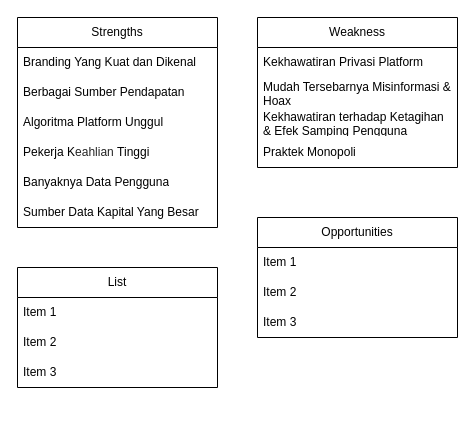
Above: SWOT-META.drawio in xoghub/diagrams (draw.io), before the change. Source tidied: cells renumbered, new cells numbered last; positions are measured from the earlier drawing's top-left corner, leaving out a move shared by most shapes. Both pictures are drawn from the tidied source at 100%, with x=0, y=0 at pixel (17, 17).
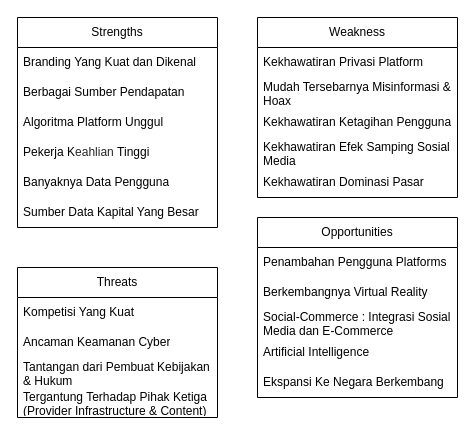
The same diagram, later.

Diff of the diagram source:
```diff
@@
     <mxCell id="9" value="Weakness" style="swimlane;fontStyle=0;horizontal=1;startSize=30;whiteSpace=wrap;html=1;" parent="1" vertex="1">
-      <mxGeometry x="240" width="200" height="150" as="geometry" />
+      <mxGeometry x="240" width="200" height="180" as="geometry" />
     </mxCell>
@@
-    <mxCell id="12" value="Kekhawatiran terhadap Ketagihan &amp;amp; Efek Samping Pengguna" style="text;strokeColor=none;fillColor=none;align=left;verticalAlign=middle;spacingLeft=4;spacingRight=4;overflow=hidden;whiteSpace=wrap;html=1;" parent="9" vertex="1">
+    <mxCell id="12" value="Kekhawatiran Ketagihan Pengguna" style="text;strokeColor=none;fillColor=none;align=left;verticalAlign=middle;spacingLeft=4;spacingRight=4;overflow=hidden;whiteSpace=wrap;html=1;" parent="9" vertex="1">
       <mxGeometry y="90" width="200" height="30" as="geometry" />
     </mxCell>
-    <mxCell id="13" value="Praktek Monopoli" style="text;strokeColor=none;fillColor=none;align=left;verticalAlign=middle;spacingLeft=4;spacingRight=4;overflow=hidden;whiteSpace=wrap;html=1;" parent="9" vertex="1">
-      <mxGeometry y="120" width="200" height="30" as="geometry" />
-    </mxCell>
+    <mxCell id="22" value="Kekhawatiran Efek Samping Sosial Media" style="text;strokeColor=none;fillColor=none;align=left;verticalAlign=middle;spacingLeft=4;spacingRight=4;overflow=hidden;whiteSpace=wrap;html=1;" parent="9" vertex="1">
+      <mxGeometry y="120" width="200" height="30" as="geometry" />
+    </mxCell>
+    <mxCell id="23" value="Kekhawatiran Dominasi Pasar" style="text;strokeColor=none;fillColor=none;align=left;verticalAlign=middle;spacingLeft=4;spacingRight=4;overflow=hidden;whiteSpace=wrap;html=1;" parent="9" vertex="1">
+      <mxGeometry y="150" width="200" height="30" as="geometry" />
+    </mxCell>
-    <mxCell id="14" value="List" style="swimlane;fontStyle=0;horizontal=1;startSize=30;whiteSpace=wrap;html=1;" parent="1" vertex="1">
-      <mxGeometry y="250" width="200" height="120" as="geometry" />
+    <mxCell id="14" value="Threats" style="swimlane;fontStyle=0;horizontal=1;startSize=30;whiteSpace=wrap;html=1;" parent="1" vertex="1">
+      <mxGeometry y="250" width="200" height="150" as="geometry" />
     </mxCell>
-    <mxCell id="15" value="Item 1" style="text;strokeColor=none;fillColor=none;align=left;verticalAlign=middle;spacingLeft=4;spacingRight=4;overflow=hidden;whiteSpace=wrap;html=1;" parent="14" vertex="1">
+    <mxCell id="15" value="Kompetisi Yang Kuat" style="text;strokeColor=none;fillColor=none;align=left;verticalAlign=middle;spacingLeft=4;spacingRight=4;overflow=hidden;whiteSpace=wrap;html=1;" parent="14" vertex="1">
       <mxGeometry y="30" width="200" height="30" as="geometry" />
     </mxCell>
-    <mxCell id="16" value="Item 2" style="text;strokeColor=none;fillColor=none;align=left;verticalAlign=middle;spacingLeft=4;spacingRight=4;overflow=hidden;whiteSpace=wrap;html=1;" parent="14" vertex="1">
+    <mxCell id="16" value="Ancaman Keamanan Cyber" style="text;strokeColor=none;fillColor=none;align=left;verticalAlign=middle;spacingLeft=4;spacingRight=4;overflow=hidden;whiteSpace=wrap;html=1;" parent="14" vertex="1">
       <mxGeometry y="60" width="200" height="30" as="geometry" />
     </mxCell>
-    <mxCell id="17" value="Item 3" style="text;strokeColor=none;fillColor=none;align=left;verticalAlign=middle;spacingLeft=4;spacingRight=4;overflow=hidden;whiteSpace=wrap;html=1;" parent="14" vertex="1">
+    <mxCell id="17" value="Tantangan dari Pembuat Kebijakan &amp;amp; Hukum" style="text;strokeColor=none;fillColor=none;align=left;verticalAlign=middle;spacingLeft=4;spacingRight=4;overflow=hidden;whiteSpace=wrap;html=1;" parent="14" vertex="1">
       <mxGeometry y="90" width="200" height="30" as="geometry" />
     </mxCell>
+    <mxCell id="24" value="Tergantung Terhadap Pihak Ketiga (Provider Infrastructure &amp;amp; Content)" style="text;strokeColor=none;fillColor=none;align=left;verticalAlign=middle;spacingLeft=4;spacingRight=4;overflow=hidden;whiteSpace=wrap;html=1;" parent="14" vertex="1">
+      <mxGeometry y="120" width="200" height="30" as="geometry" />
+    </mxCell>
     <mxCell id="18" value="Opportunities" style="swimlane;fontStyle=0;horizontal=1;startSize=30;whiteSpace=wrap;html=1;" parent="1" vertex="1">
-      <mxGeometry x="240" y="200" width="200" height="120" as="geometry" />
+      <mxGeometry x="240" y="200" width="200" height="180" as="geometry" />
     </mxCell>
-    <mxCell id="19" value="Item 1" style="text;strokeColor=none;fillColor=none;align=left;verticalAlign=middle;spacingLeft=4;spacingRight=4;overflow=hidden;whiteSpace=wrap;html=1;" parent="18" vertex="1">
+    <mxCell id="19" value="Penambahan Pengguna Platforms" style="text;strokeColor=none;fillColor=none;align=left;verticalAlign=middle;spacingLeft=4;spacingRight=4;overflow=hidden;whiteSpace=wrap;html=1;" parent="18" vertex="1">
       <mxGeometry y="30" width="200" height="30" as="geometry" />
     </mxCell>
-    <mxCell id="20" value="Item 2" style="text;strokeColor=none;fillColor=none;align=left;verticalAlign=middle;spacingLeft=4;spacingRight=4;overflow=hidden;whiteSpace=wrap;html=1;" parent="18" vertex="1">
+    <mxCell id="20" value="Berkembangnya Virtual Reality" style="text;strokeColor=none;fillColor=none;align=left;verticalAlign=middle;spacingLeft=4;spacingRight=4;overflow=hidden;whiteSpace=wrap;html=1;" parent="18" vertex="1">
       <mxGeometry y="60" width="200" height="30" as="geometry" />
     </mxCell>
-    <mxCell id="21" value="Item 3" style="text;strokeColor=none;fillColor=none;align=left;verticalAlign=middle;spacingLeft=4;spacingRight=4;overflow=hidden;whiteSpace=wrap;html=1;" parent="18" vertex="1">
+    <mxCell id="21" value="Social-Commerce : Integrasi Sosial Media dan E-Commerce" style="text;strokeColor=none;fillColor=none;align=left;verticalAlign=middle;spacingLeft=4;spacingRight=4;overflow=hidden;whiteSpace=wrap;html=1;" parent="18" vertex="1">
       <mxGeometry y="90" width="200" height="30" as="geometry" />
     </mxCell>
+    <mxCell id="25" value="&lt;div&gt;&lt;span style=&quot;background-color: initial;&quot;&gt;Artificial Intelligence&lt;/span&gt;&lt;br&gt;&lt;/div&gt;" style="text;strokeColor=none;fillColor=none;align=left;verticalAlign=middle;spacingLeft=4;spacingRight=4;overflow=hidden;whiteSpace=wrap;html=1;" parent="18" vertex="1">
+      <mxGeometry y="120" width="200" height="30" as="geometry" />
+    </mxCell>
+    <mxCell id="26" value="&lt;div&gt;Ekspansi Ke Negara Berkembang&lt;/div&gt;" style="text;strokeColor=none;fillColor=none;align=left;verticalAlign=middle;spacingLeft=4;spacingRight=4;overflow=hidden;whiteSpace=wrap;html=1;" parent="18" vertex="1">
+      <mxGeometry y="150" width="200" height="30" as="geometry" />
+    </mxCell>
```
